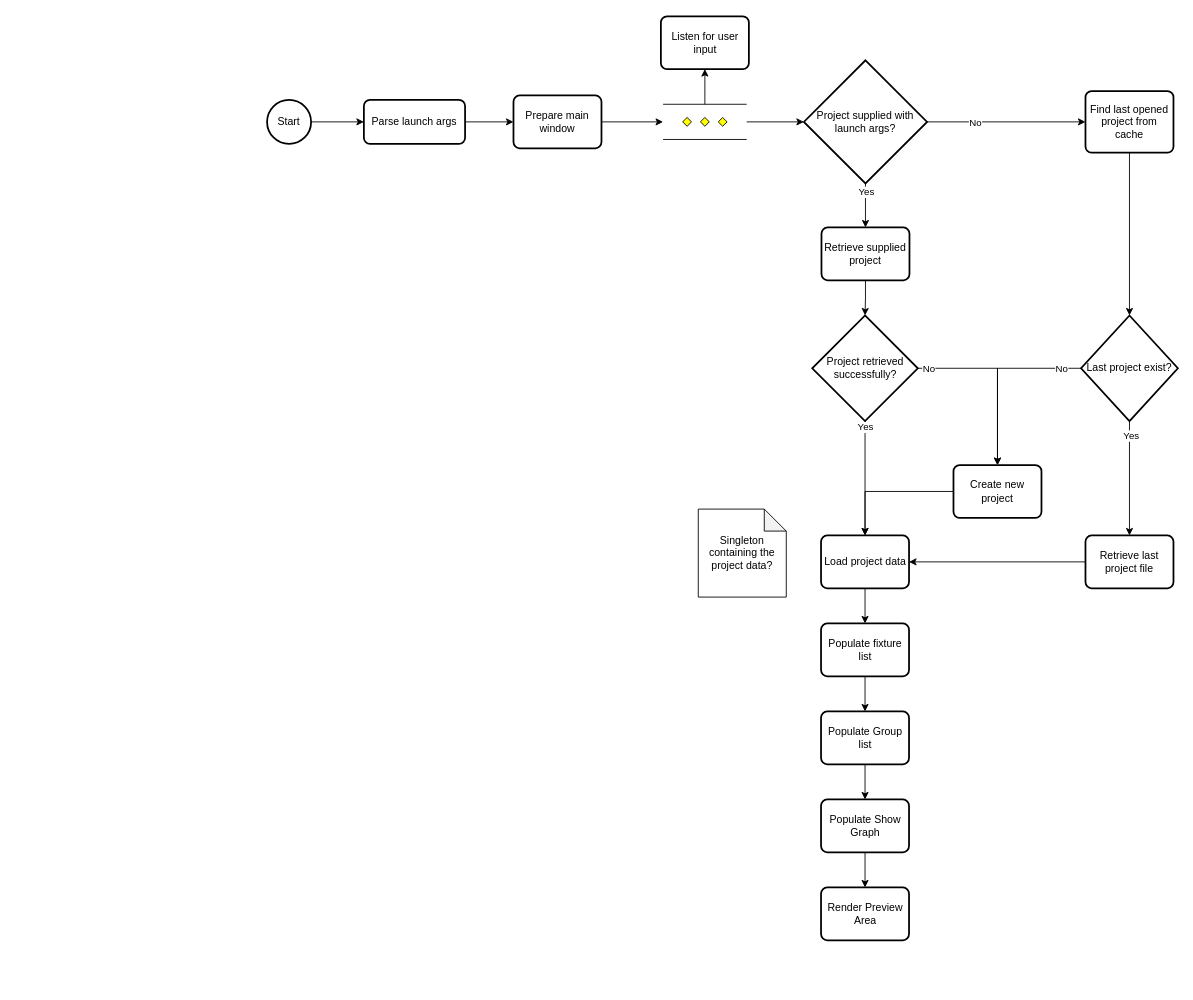
Before: documentation/openld-startup-timeline.drawio in LoganGerber/OpenLD, a draw.io diagram. Source tidied: cells renumbered, new cells numbered last; positions are measured from the earlier drawing's top-left corner, leaving out a move shared by most shapes. Both pictures are drawn from the tidied source at 88%, with x=0, y=0 at pixel (267, 16).
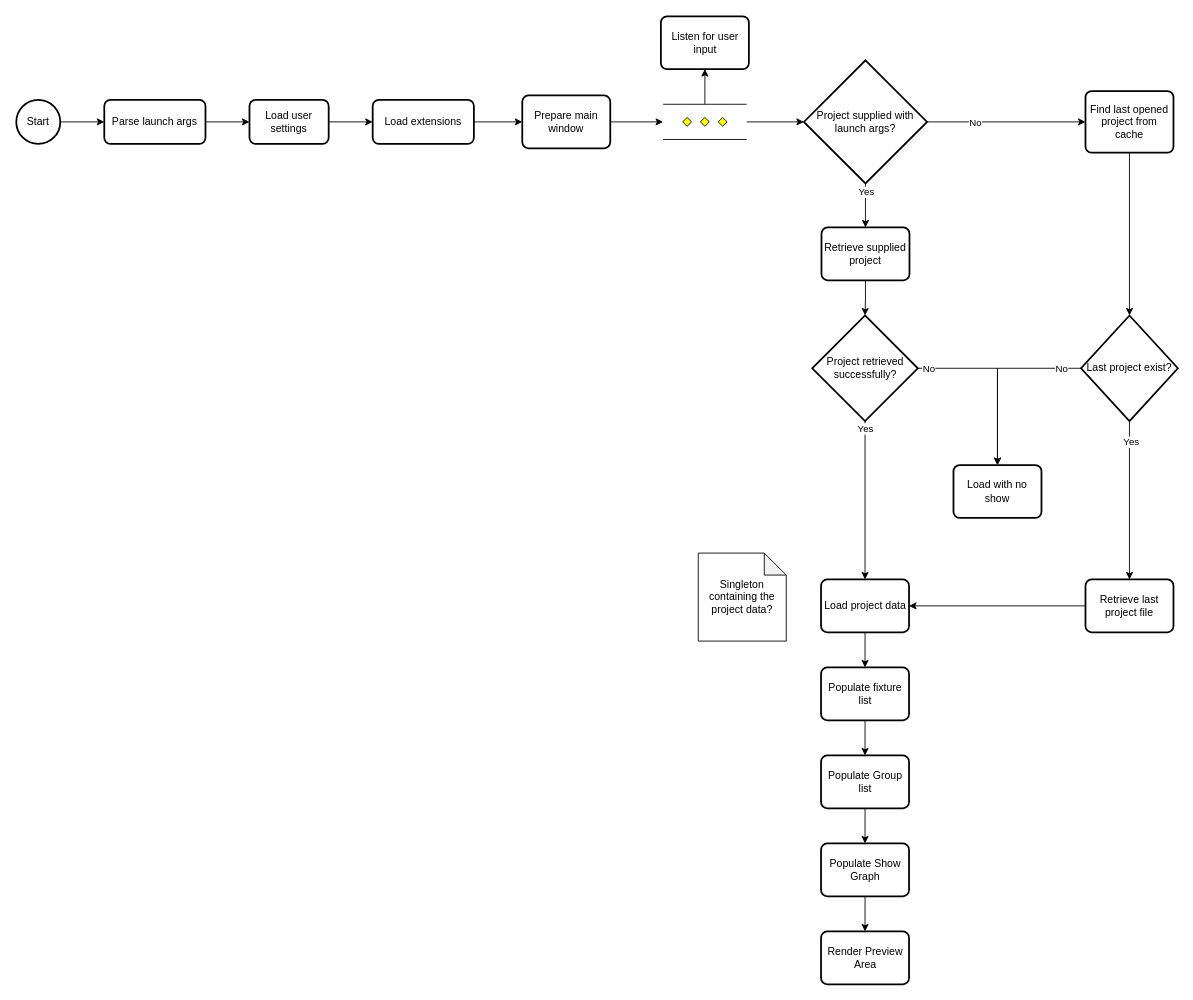
After the change.

Commit message:
Add extensions loading to startup timeline

Change to the diagram source:
```diff
@@
     <mxCell id="3" value="Start" style="strokeWidth=2;html=1;shape=mxgraph.flowchart.start_2;whiteSpace=wrap;" parent="1" vertex="1">
-      <mxGeometry y="95" width="50" height="50" as="geometry" />
+      <mxGeometry x="-285" y="95" width="50" height="50" as="geometry" />
     </mxCell>
-    <mxCell id="4" style="edgeStyle=orthogonalEdgeStyle;rounded=0;jettySize=auto;html=1;" parent="1" edge="1" source="5" target="44">
+    <mxCell id="4" style="edgeStyle=orthogonalEdgeStyle;rounded=0;jettySize=auto;html=1;" parent="1" edge="1" source="5" target="47">
       <mxGeometry relative="1" as="geometry" />
     </mxCell>
     <mxCell id="5" value="Parse launch args" style="rounded=1;whiteSpace=wrap;html=1;absoluteArcSize=1;arcSize=14;strokeWidth=2;" parent="1" vertex="1">
-      <mxGeometry x="110" y="95" width="115" height="50" as="geometry" />
+      <mxGeometry x="-185" y="95" width="115" height="50" as="geometry" />
     </mxCell>
@@
-    <mxCell id="18" style="edgeStyle=orthogonalEdgeStyle;rounded=0;jettySize=auto;html=1;" parent="1" edge="1" source="19" target="23">
-      <mxGeometry relative="1" as="geometry" />
-    </mxCell>
-    <mxCell id="19" value="Create new project" style="rounded=1;whiteSpace=wrap;html=1;absoluteArcSize=1;arcSize=14;strokeWidth=2;" parent="1" vertex="1">
+    <mxCell id="19" value="Load with no show" style="rounded=1;whiteSpace=wrap;html=1;absoluteArcSize=1;arcSize=14;strokeWidth=2;" parent="1" vertex="1">
       <mxGeometry x="780" y="510" width="100" height="60" as="geometry" />
     </mxCell>
@@
     <mxCell id="21" value="Retrieve last project file" style="rounded=1;whiteSpace=wrap;html=1;absoluteArcSize=1;arcSize=14;strokeWidth=2;" parent="1" vertex="1">
-      <mxGeometry x="930" y="590" width="100" height="60" as="geometry" />
+      <mxGeometry x="930" y="640" width="100" height="60" as="geometry" />
     </mxCell>
@@
     <mxCell id="23" value="Load project data" style="rounded=1;whiteSpace=wrap;html=1;absoluteArcSize=1;arcSize=14;strokeWidth=2;" parent="1" vertex="1">
-      <mxGeometry x="629.5" y="590" width="100" height="60" as="geometry" />
+      <mxGeometry x="629.5" y="640" width="100" height="60" as="geometry" />
     </mxCell>
@@
     <mxCell id="32" value="Populate fixture list" style="rounded=1;whiteSpace=wrap;html=1;absoluteArcSize=1;arcSize=14;strokeWidth=2;" parent="1" vertex="1">
-      <mxGeometry x="629.5" y="690" width="100" height="60" as="geometry" />
+      <mxGeometry x="629.5" y="740" width="100" height="60" as="geometry" />
     </mxCell>
@@
     <mxCell id="34" value="Populate Group list" style="rounded=1;whiteSpace=wrap;html=1;absoluteArcSize=1;arcSize=14;strokeWidth=2;" parent="1" vertex="1">
-      <mxGeometry x="629.5" y="790" width="100" height="60" as="geometry" />
+      <mxGeometry x="629.5" y="840" width="100" height="60" as="geometry" />
     </mxCell>
@@
     <mxCell id="37" value="Populate Show Graph" style="rounded=1;whiteSpace=wrap;html=1;absoluteArcSize=1;arcSize=14;strokeWidth=2;" parent="1" vertex="1">
-      <mxGeometry x="629.5" y="890" width="100" height="60" as="geometry" />
+      <mxGeometry x="629.5" y="940" width="100" height="60" as="geometry" />
     </mxCell>
@@
     <mxCell id="41" value="Render Preview Area" style="rounded=1;whiteSpace=wrap;html=1;absoluteArcSize=1;arcSize=14;strokeWidth=2;" parent="1" vertex="1">
-      <mxGeometry x="629.5" y="990" width="100" height="60" as="geometry" />
+      <mxGeometry x="629.5" y="1040" width="100" height="60" as="geometry" />
     </mxCell>
@@
     <mxCell id="44" value="Prepare main window" style="rounded=1;whiteSpace=wrap;html=1;absoluteArcSize=1;arcSize=14;strokeWidth=2;" parent="1" vertex="1">
-      <mxGeometry x="280" y="90" width="100" height="60" as="geometry" />
+      <mxGeometry x="290" y="90" width="100" height="60" as="geometry" />
     </mxCell>
     <mxCell id="45" value="Singleton containing the project data?" style="shape=note;whiteSpace=wrap;html=1;backgroundOutline=1;darkOpacity=0.05;size=25;" parent="1" vertex="1">
-      <mxGeometry x="490" y="560" width="100" height="100" as="geometry" />
+      <mxGeometry x="490" y="610" width="100" height="100" as="geometry" />
     </mxCell>
+    <mxCell id="46" style="edgeStyle=orthogonalEdgeStyle;rounded=0;jettySize=auto;html=1;" parent="1" edge="1" source="47" target="49">
+      <mxGeometry relative="1" as="geometry" />
+    </mxCell>
+    <mxCell id="47" value="Load user settings" style="rounded=1;whiteSpace=wrap;html=1;absoluteArcSize=1;arcSize=14;strokeWidth=2;" parent="1" vertex="1">
+      <mxGeometry x="-20" y="95" width="90" height="50" as="geometry" />
+    </mxCell>
+    <mxCell id="48" style="edgeStyle=orthogonalEdgeStyle;rounded=0;jettySize=auto;html=1;" parent="1" edge="1" source="49" target="44">
+      <mxGeometry relative="1" as="geometry" />
+    </mxCell>
+    <mxCell id="49" value="Load extensions" style="rounded=1;whiteSpace=wrap;html=1;absoluteArcSize=1;arcSize=14;strokeWidth=2;" parent="1" vertex="1">
+      <mxGeometry x="120" y="95" width="115" height="50" as="geometry" />
+    </mxCell>
```
